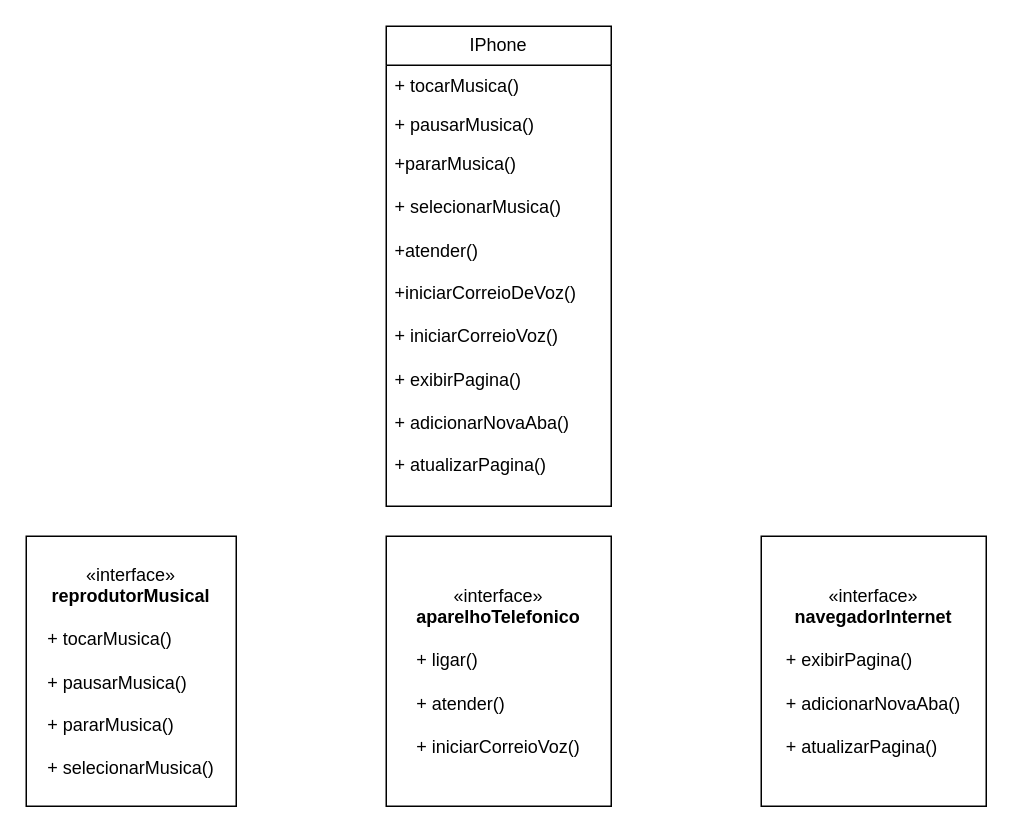
The draw.io diagram iphone/Diagrama sem nome.drawio in profpedrosa/dio-trilha-java-basico, before the edit. Source tidied: cells renumbered, new cells numbered last; positions are measured from the earlier drawing's top-left corner, leaving out a move shared by most shapes. Both pictures are drawn from the tidied source at 150%, with x=0, y=0 at pixel (26, 26).
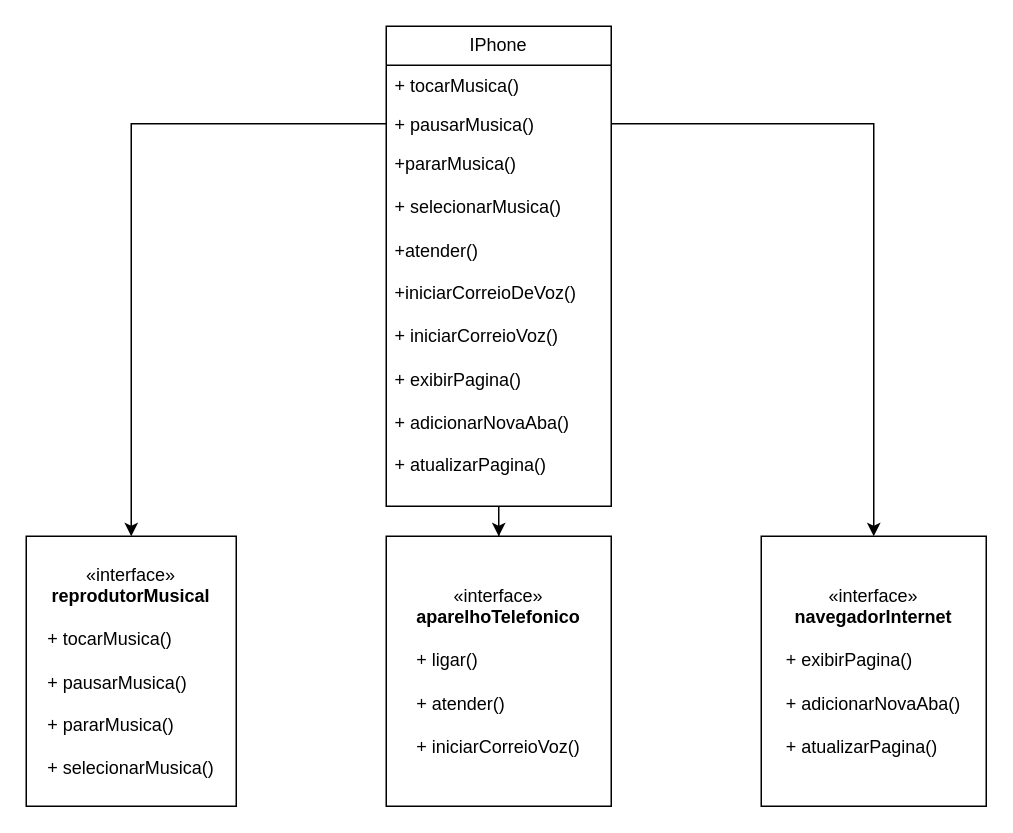
The same page after the edit.

What changed in the source:
```diff
@@
 <mxGraphModel>
   <root>
     <mxCell id="0" />
     <mxCell id="1" parent="0" />
+    <mxCell id="9" style="edgeStyle=orthogonalEdgeStyle;rounded=0;jettySize=auto;html=1;" parent="1" edge="1" source="2" target="7">
+      <mxGeometry relative="1" as="geometry" />
+    </mxCell>
     <mxCell id="2" value="IPhone" style="swimlane;fontStyle=0;horizontal=1;startSize=26;fillColor=none;whiteSpace=wrap;html=1;" parent="1" vertex="1">
       <mxGeometry x="240" width="150" height="320" as="geometry" />
     </mxCell>
     <mxCell id="3" value="+ tocarMusica()" style="text;strokeColor=none;fillColor=none;align=left;verticalAlign=top;spacingLeft=4;spacingRight=4;overflow=hidden;whiteSpace=wrap;html=1;" parent="2" vertex="1">
       <mxGeometry y="26" width="150" height="26" as="geometry" />
     </mxCell>
     <mxCell id="4" value="+ pausarMusica()" style="text;strokeColor=none;fillColor=none;align=left;verticalAlign=top;spacingLeft=4;spacingRight=4;overflow=hidden;points=[[0,0.5],[1,0.5]];portConstraint=eastwest;whiteSpace=wrap;html=1;" parent="2" vertex="1">
       <mxGeometry y="52" width="150" height="26" as="geometry" />
     </mxCell>
     <mxCell id="5" value="+pararMusica()&lt;div&gt;&lt;br&gt;&lt;/div&gt;&lt;div&gt;+ selecionarMusica()&lt;br&gt;&lt;div&gt;&lt;br&gt;&lt;/div&gt;&lt;div&gt;+atender()&lt;/div&gt;&lt;div&gt;&lt;br&gt;&lt;/div&gt;&lt;div&gt;+iniciarCorreioDeVoz()&lt;/div&gt;&lt;div&gt;&lt;br&gt;&lt;/div&gt;&lt;div&gt;&lt;div&gt;+ iniciarCorreioVoz()&lt;/div&gt;&lt;div&gt;&lt;br&gt;&lt;/div&gt;&lt;div&gt;+ exibirPagina()&lt;/div&gt;&lt;div&gt;&lt;br&gt;&lt;/div&gt;&lt;div&gt;+ adicionarNovaAba()&lt;/div&gt;&lt;div&gt;&lt;br&gt;&lt;/div&gt;&lt;div&gt;+ atualizarPagina()&lt;/div&gt;&lt;/div&gt;&lt;/div&gt;" style="text;strokeColor=none;fillColor=none;align=left;verticalAlign=top;spacingLeft=4;spacingRight=4;overflow=hidden;whiteSpace=wrap;html=1;" parent="2" vertex="1">
       <mxGeometry y="78" width="150" height="242" as="geometry" />
     </mxCell>
     <mxCell id="6" value="«interface»&lt;br&gt;&lt;b&gt;reprodutorMusical&lt;/b&gt;&lt;div&gt;&lt;b&gt;&lt;br&gt;&lt;/b&gt;&lt;/div&gt;&lt;div style=&quot;text-align: left;&quot;&gt;+ tocarMusica()&lt;br&gt;&lt;/div&gt;&lt;div style=&quot;text-align: left;&quot;&gt;&lt;br&gt;&lt;/div&gt;&lt;div style=&quot;text-align: left;&quot;&gt;+ pausarMusica()&lt;br&gt;&lt;/div&gt;&lt;div style=&quot;text-align: left;&quot;&gt;&lt;br&gt;&lt;/div&gt;&lt;div style=&quot;text-align: left;&quot;&gt;+ pararMusica()&lt;br&gt;&lt;/div&gt;&lt;div style=&quot;text-align: left;&quot;&gt;&lt;br&gt;&lt;/div&gt;&lt;div style=&quot;text-align: left;&quot;&gt;+ selecionarMusica()&lt;/div&gt;" style="html=1;whiteSpace=wrap;" parent="1" vertex="1">
       <mxGeometry y="340" width="140" height="180" as="geometry" />
     </mxCell>
     <mxCell id="7" value="«interface»&lt;br&gt;&lt;b&gt;aparelhoTelefonico&lt;/b&gt;&lt;br&gt;&lt;div&gt;&lt;b&gt;&lt;br&gt;&lt;/b&gt;&lt;/div&gt;&lt;div style=&quot;text-align: left;&quot;&gt;+ ligar()&lt;br&gt;&lt;/div&gt;&lt;div style=&quot;text-align: left;&quot;&gt;&lt;br&gt;&lt;/div&gt;&lt;div style=&quot;text-align: left;&quot;&gt;+ atender()&lt;br&gt;&lt;/div&gt;&lt;div style=&quot;text-align: left;&quot;&gt;&lt;br&gt;&lt;/div&gt;&lt;div style=&quot;text-align: left;&quot;&gt;+ iniciarCorreioVoz()&lt;br&gt;&lt;/div&gt;" style="html=1;whiteSpace=wrap;" parent="1" vertex="1">
       <mxGeometry x="240" y="340" width="150" height="180" as="geometry" />
     </mxCell>
     <mxCell id="8" value="«interface»&lt;br&gt;&lt;b&gt;navegadorInternet&lt;/b&gt;&lt;br&gt;&lt;div&gt;&lt;b&gt;&lt;br&gt;&lt;/b&gt;&lt;/div&gt;&lt;div style=&quot;text-align: left;&quot;&gt;+ exibirPagina()&lt;br&gt;&lt;/div&gt;&lt;div style=&quot;text-align: left;&quot;&gt;&lt;br&gt;&lt;/div&gt;&lt;div style=&quot;text-align: left;&quot;&gt;+ adicionarNovaAba()&lt;br&gt;&lt;/div&gt;&lt;div style=&quot;text-align: left;&quot;&gt;&lt;br&gt;&lt;/div&gt;&lt;div style=&quot;text-align: left;&quot;&gt;+ atualizarPagina()&lt;br&gt;&lt;/div&gt;" style="html=1;whiteSpace=wrap;" parent="1" vertex="1">
       <mxGeometry x="490" y="340" width="150" height="180" as="geometry" />
     </mxCell>
+    <mxCell id="10" style="edgeStyle=orthogonalEdgeStyle;rounded=0;jettySize=auto;html=1;entryX=0.5;entryY=0;entryDx=0;entryDy=0;" parent="1" edge="1" source="4" target="6">
+      <mxGeometry relative="1" as="geometry" />
+    </mxCell>
+    <mxCell id="11" style="edgeStyle=orthogonalEdgeStyle;rounded=0;jettySize=auto;html=1;exitX=1;exitY=0.5;exitDx=0;exitDy=0;entryX=0.5;entryY=0;entryDx=0;entryDy=0;" parent="1" edge="1" source="4" target="8">
+      <mxGeometry relative="1" as="geometry" />
+    </mxCell>
   </root>
 </mxGraphModel>
```
